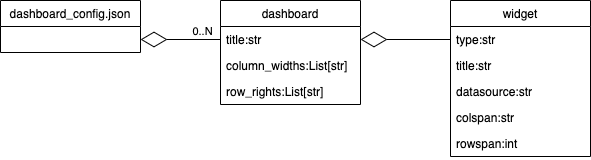
The draw.io diagram figures/dashboard-config.png in wh3248/hydrogen-widgets, before a commit. Source tidied: cells renumbered, new cells last; positions are measured from the earlier drawing's top-left corner, leaving out a move shared by most shapes.
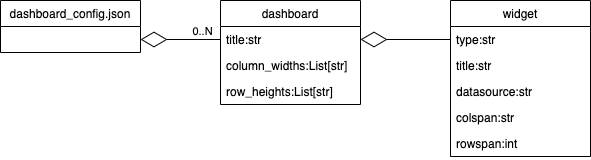
The same diagram one commit later.

Diff of the diagram source:
```diff
@@ -14,7 +14,7 @@
     <mxCell id="5" value="column_widths:List[str]" style="text;strokeColor=none;fillColor=none;align=left;verticalAlign=top;spacingLeft=4;spacingRight=4;overflow=hidden;" parent="3" vertex="1">
       <mxGeometry y="52" width="140" height="26" as="geometry" />
     </mxCell>
-    <mxCell id="6" value="row_rights:List[str]" style="text;strokeColor=none;fillColor=none;align=left;verticalAlign=top;spacingLeft=4;spacingRight=4;overflow=hidden;" parent="3" vertex="1">
+    <mxCell id="6" value="row_heights:List[str]" style="text;strokeColor=none;fillColor=none;align=left;verticalAlign=top;spacingLeft=4;spacingRight=4;overflow=hidden;" parent="3" vertex="1">
       <mxGeometry y="78" width="140" height="26" as="geometry" />
     </mxCell>
     <mxCell id="7" style="endArrow=diamondThin;endFill=0;endSize=24;html=1;rounded=0;entryX=1;entryY=0.5;entryDx=0;entryDy=0;exitX=0;exitY=0.5;exitDx=0;exitDy=0;" parent="1" edge="1" source="4">
```
